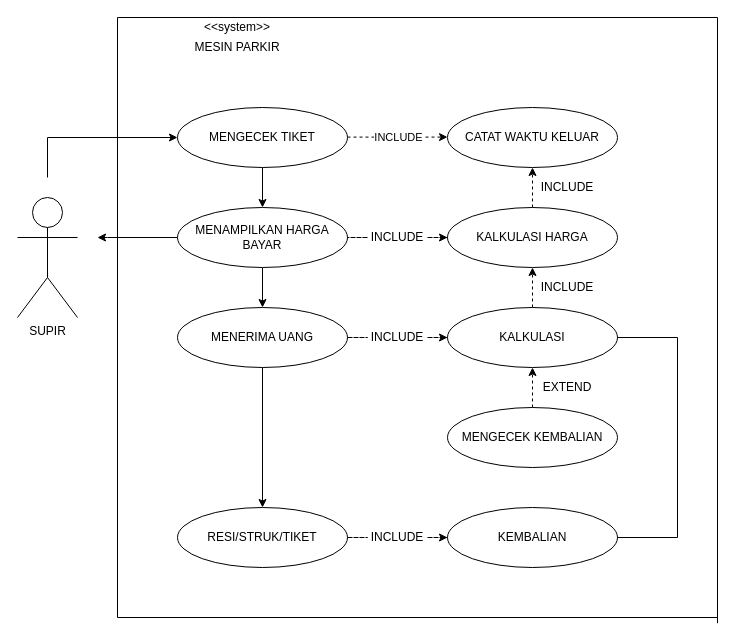
Before: Untitled Diagram.drawio in kodeaqua/ngampus, a draw.io diagram. Source tidied: cells renumbered, new cells numbered last; positions are measured from the earlier drawing's top-left corner, leaving out a move shared by most shapes. Both pictures are drawn from the tidied source at 100%, with x=0, y=0 at pixel (17, 17).
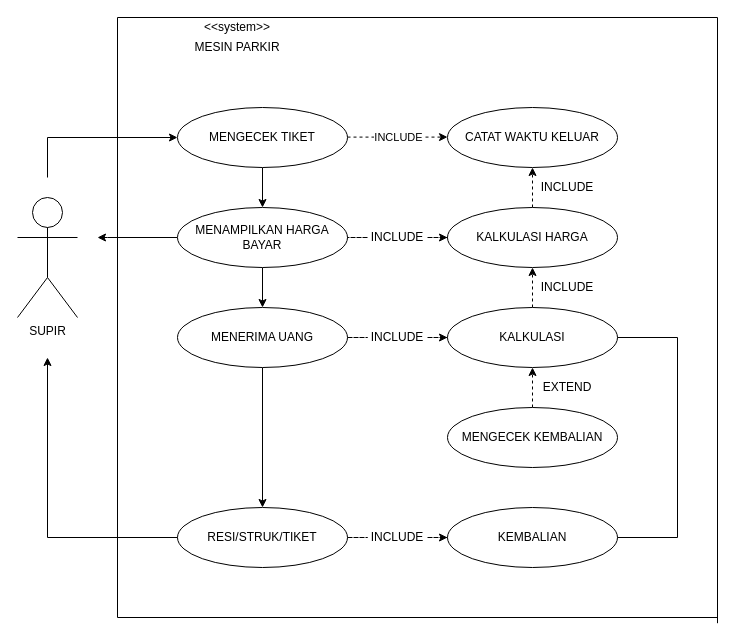
Above is the later version.

Commit message:
PBO-AdamNajmiZidan

The edit, as a diff of the source:
```diff
@@
+    <mxCell id="44" style="endArrow=none;html=1;strokeColor=#000000;" parent="1" edge="1">
+      <mxGeometry relative="1" as="geometry">
+        <mxPoint x="30" y="520" as="sourcePoint" />
+        <mxPoint x="160" y="520" as="targetPoint" />
+      </mxGeometry>
+    </mxCell>
+    <mxCell id="45" style="endArrow=classic;html=1;strokeColor=#000000;" parent="1" edge="1">
+      <mxGeometry relative="1" as="geometry">
+        <mxPoint x="30" y="520" as="sourcePoint" />
+        <mxPoint x="30" y="340" as="targetPoint" />
+      </mxGeometry>
+    </mxCell>
```
